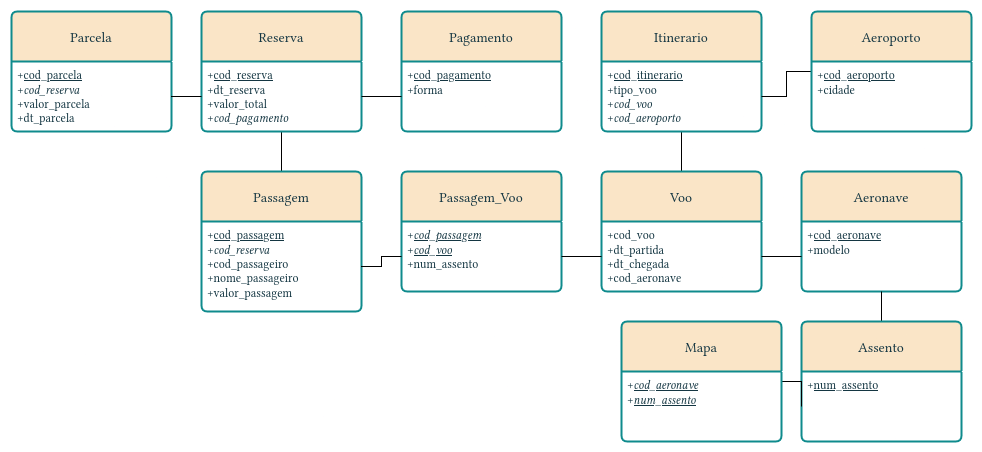
Above: linhas-aereas-Tables.drawio.png in hmccl/linhas-aereas (draw.io), before the change. Source tidied: cells renumbered, new cells last; positions are measured from the earlier drawing's top-left corner, leaving out a move shared by most shapes.
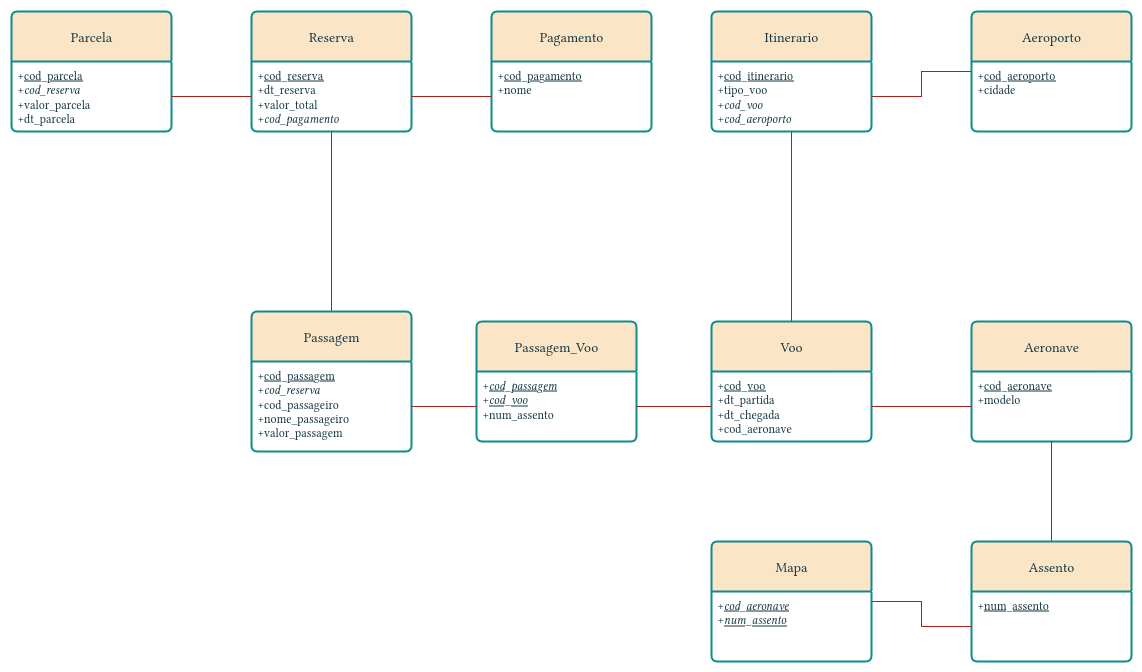
The same file after the commit.

Commit message:
Atualiza documentação

Diff of the diagram source:
```diff
@@ -2,79 +2,79 @@
   <root>
     <mxCell id="0" />
     <mxCell id="1" parent="0" />
-    <mxCell id="2" style="edgeStyle=orthogonalEdgeStyle;rounded=0;jettySize=auto;html=1;endArrow=none;startFill=0;" parent="1" edge="1" source="3" target="24">
+    <mxCell id="2" style="edgeStyle=orthogonalEdgeStyle;rounded=0;jettySize=auto;html=1;endArrow=none;startFill=0;labelBackgroundColor=none;strokeColor=#A8201A;fontColor=default;" parent="1" edge="1" source="3" target="24">
       <mxGeometry relative="1" as="geometry" />
     </mxCell>
     <mxCell id="3" value="Passagem" style="swimlane;horizontal=1;startSize=50;rounded=1;fontSize=14;fontStyle=0;strokeWidth=2;shadow=0;dashed=0;align=center;arcSize=4;whiteSpace=wrap;html=1;labelBackgroundColor=none;fillColor=#FAE5C7;strokeColor=#0F8B8D;fontColor=#143642;swimlaneFillColor=default;" parent="1" vertex="1">
-      <mxGeometry x="190" y="160" width="160" height="140" as="geometry" />
+      <mxGeometry x="240" y="300" width="160" height="140" as="geometry" />
     </mxCell>
     <mxCell id="4" value="+&lt;u&gt;cod_passagem&lt;/u&gt;&lt;br&gt;+&lt;i&gt;cod_reserva&lt;/i&gt;&lt;br&gt;&lt;div&gt;+cod_passageiro&lt;/div&gt;&lt;div&gt;+nome_passageiro&lt;/div&gt;&lt;div&gt;+valor_passagem&lt;/div&gt;" style="align=left;strokeColor=none;fillColor=none;spacingLeft=4;spacingRight=4;fontSize=12;verticalAlign=top;html=1;whiteSpace=wrap;labelBackgroundColor=none;fontColor=#143642;swimlaneFillColor=default;" parent="3" vertex="1">
       <mxGeometry y="50" width="160" height="90" as="geometry" />
     </mxCell>
     <mxCell id="5" value="Passagem_Voo" style="swimlane;horizontal=1;startSize=50;rounded=1;fontSize=14;fontStyle=0;strokeWidth=2;shadow=0;dashed=0;align=center;arcSize=4;whiteSpace=wrap;html=1;labelBackgroundColor=none;fillColor=#FAE5C7;strokeColor=#0F8B8D;fontColor=#143642;swimlaneFillColor=default;" parent="1" vertex="1">
-      <mxGeometry x="390" y="160" width="160" height="120" as="geometry" />
+      <mxGeometry x="465" y="310" width="160" height="120" as="geometry" />
     </mxCell>
     <mxCell id="6" value="+&lt;i&gt;&lt;u&gt;cod_passagem&lt;br&gt;&lt;/u&gt;&lt;/i&gt;+&lt;i&gt;&lt;u&gt;cod_voo&lt;/u&gt;&lt;/i&gt;&lt;br&gt;&lt;div&gt;+num_assento&lt;/div&gt;&lt;div&gt;&lt;br&gt;&lt;/div&gt;" style="align=left;strokeColor=none;fillColor=none;spacingLeft=4;spacingRight=4;fontSize=12;verticalAlign=top;html=1;whiteSpace=wrap;labelBackgroundColor=none;fontColor=#143642;swimlaneFillColor=default;" parent="5" vertex="1">
       <mxGeometry y="50" width="160" height="70" as="geometry" />
     </mxCell>
-    <mxCell id="7" style="edgeStyle=orthogonalEdgeStyle;rounded=0;jettySize=auto;html=1;endArrow=none;startFill=0;" parent="1" edge="1" source="8" target="11">
+    <mxCell id="7" style="edgeStyle=orthogonalEdgeStyle;rounded=0;jettySize=auto;html=1;endArrow=none;startFill=0;labelBackgroundColor=none;strokeColor=#A8201A;fontColor=default;" parent="1" edge="1" source="8" target="11">
       <mxGeometry relative="1" as="geometry" />
     </mxCell>
-    <mxCell id="8" value="Voo" style="swimlane;horizontal=1;startSize=50;rounded=1;fontSize=14;fontStyle=0;strokeWidth=2;shadow=0;dashed=0;align=center;arcSize=4;whiteSpace=wrap;html=1;labelBackgroundColor=none;fillColor=#FAE5C7;strokeColor=#0F8B8D;fontColor=#143642;gradientColor=none;swimlaneFillColor=default;" parent="1" vertex="1">
-      <mxGeometry x="590" y="160" width="160" height="120" as="geometry" />
+    <mxCell id="8" value="Voo" style="swimlane;horizontal=1;startSize=50;rounded=1;fontSize=14;fontStyle=0;strokeWidth=2;shadow=0;dashed=0;align=center;arcSize=4;whiteSpace=wrap;html=1;labelBackgroundColor=none;fillColor=#FAE5C7;strokeColor=#0F8B8D;fontColor=#143642;swimlaneFillColor=default;" parent="1" vertex="1">
+      <mxGeometry x="700" y="310" width="160" height="120" as="geometry" />
     </mxCell>
-    <mxCell id="9" value="&lt;div&gt;+cod_voo&lt;br&gt;+dt_partida&lt;br&gt;+dt_chegada&lt;br&gt;+cod_aeronave&lt;br&gt;&lt;br&gt;&lt;/div&gt;" style="align=left;strokeColor=none;fillColor=none;spacingLeft=4;spacingRight=4;fontSize=12;verticalAlign=top;html=1;whiteSpace=wrap;labelBackgroundColor=none;fontColor=#143642;swimlaneFillColor=default;" parent="8" vertex="1">
+    <mxCell id="9" value="&lt;div&gt;+&lt;u&gt;cod_voo&lt;/u&gt;&lt;/div&gt;&lt;div&gt;+dt_partida&lt;br&gt;+dt_chegada&lt;br&gt;+cod_aeronave&lt;br&gt;&lt;br&gt;&lt;/div&gt;" style="align=left;strokeColor=none;fillColor=none;spacingLeft=4;spacingRight=4;fontSize=12;verticalAlign=top;html=1;whiteSpace=wrap;labelBackgroundColor=none;fontColor=#143642;swimlaneFillColor=default;" parent="8" vertex="1">
       <mxGeometry y="50" width="160" height="70" as="geometry" />
     </mxCell>
     <mxCell id="10" value="Itinerario" style="swimlane;horizontal=1;startSize=50;rounded=1;fontSize=14;fontStyle=0;strokeWidth=2;shadow=0;dashed=0;align=center;arcSize=4;whiteSpace=wrap;html=1;labelBackgroundColor=none;fillColor=#FAE5C7;strokeColor=#0F8B8D;fontColor=#143642;swimlaneFillColor=default;" parent="1" vertex="1">
-      <mxGeometry x="590" width="160" height="120" as="geometry" />
+      <mxGeometry x="700" width="160" height="120" as="geometry" />
     </mxCell>
     <mxCell id="11" value="+&lt;u&gt;cod_itinerario&lt;/u&gt;&lt;br&gt;+tipo_voo&lt;br&gt;&lt;div&gt;+&lt;i&gt;cod_voo&lt;/i&gt;&lt;/div&gt;&lt;div&gt;+&lt;i&gt;cod_aeroporto&lt;/i&gt;&lt;/div&gt;" style="align=left;strokeColor=none;fillColor=none;spacingLeft=4;spacingRight=4;fontSize=12;verticalAlign=top;html=1;whiteSpace=wrap;labelBackgroundColor=none;fontColor=#143642;swimlaneFillColor=default;" parent="10" vertex="1">
       <mxGeometry y="50" width="160" height="70" as="geometry" />
     </mxCell>
-    <mxCell id="12" style="edgeStyle=orthogonalEdgeStyle;rounded=0;jettySize=auto;html=1;endArrow=none;startFill=0;" parent="1" edge="1" source="13" target="11">
+    <mxCell id="12" style="edgeStyle=orthogonalEdgeStyle;rounded=0;jettySize=auto;html=1;endArrow=none;startFill=0;labelBackgroundColor=none;strokeColor=#A8201A;fontColor=default;" parent="1" edge="1" source="13" target="11">
       <mxGeometry relative="1" as="geometry" />
     </mxCell>
     <mxCell id="13" value="Aeroporto" style="swimlane;horizontal=1;startSize=50;rounded=1;fontSize=14;fontStyle=0;strokeWidth=2;shadow=0;dashed=0;align=center;arcSize=4;whiteSpace=wrap;html=1;labelBackgroundColor=none;fillColor=#FAE5C7;strokeColor=#0F8B8D;fontColor=#143642;swimlaneFillColor=default;" parent="1" vertex="1">
-      <mxGeometry x="800" width="160" height="120" as="geometry" />
+      <mxGeometry x="960" width="160" height="120" as="geometry" />
     </mxCell>
     <mxCell id="14" value="+&lt;u&gt;cod_aeroporto&lt;/u&gt;&lt;br&gt;+cidade" style="align=left;strokeColor=none;fillColor=none;spacingLeft=4;spacingRight=4;fontSize=12;verticalAlign=top;html=1;whiteSpace=wrap;labelBackgroundColor=none;fontColor=#143642;swimlaneFillColor=default;" parent="13" vertex="1">
       <mxGeometry y="50" width="160" height="70" as="geometry" />
     </mxCell>
     <mxCell id="15" value="Aeronave" style="swimlane;horizontal=1;startSize=50;rounded=1;fontSize=14;fontStyle=0;strokeWidth=2;shadow=0;dashed=0;align=center;arcSize=4;whiteSpace=wrap;html=1;labelBackgroundColor=none;fillColor=#FAE5C7;strokeColor=#0F8B8D;fontColor=#143642;swimlaneFillColor=default;" parent="1" vertex="1">
-      <mxGeometry x="790" y="160" width="160" height="120" as="geometry" />
+      <mxGeometry x="960" y="310" width="160" height="120" as="geometry" />
     </mxCell>
     <mxCell id="16" value="+&lt;u&gt;cod_aeronave&lt;/u&gt;&lt;br&gt;+modelo" style="align=left;strokeColor=none;fillColor=none;spacingLeft=4;spacingRight=4;fontSize=12;verticalAlign=top;html=1;whiteSpace=wrap;labelBackgroundColor=none;fontColor=#143642;swimlaneFillColor=default;" parent="15" vertex="1">
       <mxGeometry y="50" width="160" height="70" as="geometry" />
     </mxCell>
-    <mxCell id="17" style="edgeStyle=orthogonalEdgeStyle;rounded=0;jettySize=auto;html=1;endArrow=none;startFill=0;" parent="1" edge="1" source="18" target="16">
+    <mxCell id="17" style="edgeStyle=orthogonalEdgeStyle;rounded=0;jettySize=auto;html=1;endArrow=none;startFill=0;labelBackgroundColor=none;strokeColor=#A8201A;fontColor=default;" parent="1" edge="1" source="18" target="16">
       <mxGeometry relative="1" as="geometry" />
     </mxCell>
     <mxCell id="18" value="Assento" style="swimlane;horizontal=1;startSize=50;rounded=1;fontSize=14;fontStyle=0;strokeWidth=2;shadow=0;dashed=0;align=center;arcSize=4;whiteSpace=wrap;html=1;labelBackgroundColor=none;fillColor=#FAE5C7;strokeColor=#0F8B8D;fontColor=#143642;swimlaneFillColor=default;" parent="1" vertex="1">
-      <mxGeometry x="790" y="310" width="160" height="120" as="geometry" />
+      <mxGeometry x="960" y="530" width="160" height="120" as="geometry" />
     </mxCell>
     <mxCell id="19" value="+&lt;u&gt;num_assento&lt;/u&gt;" style="align=left;strokeColor=none;fillColor=none;spacingLeft=4;spacingRight=4;fontSize=12;verticalAlign=top;html=1;whiteSpace=wrap;labelBackgroundColor=none;fontColor=#143642;swimlaneFillColor=default;" parent="18" vertex="1">
       <mxGeometry y="50" width="160" height="70" as="geometry" />
     </mxCell>
-    <mxCell id="20" style="edgeStyle=orthogonalEdgeStyle;rounded=0;jettySize=auto;html=1;endArrow=none;startFill=0;" parent="1" edge="1" source="21" target="19">
+    <mxCell id="20" style="edgeStyle=orthogonalEdgeStyle;rounded=0;jettySize=auto;html=1;endArrow=none;startFill=0;labelBackgroundColor=none;strokeColor=#A8201A;fontColor=default;" parent="1" edge="1" source="21" target="19">
       <mxGeometry relative="1" as="geometry" />
     </mxCell>
     <mxCell id="21" value="Mapa" style="swimlane;horizontal=1;startSize=50;rounded=1;fontSize=14;fontStyle=0;strokeWidth=2;shadow=0;dashed=0;align=center;arcSize=4;whiteSpace=wrap;html=1;labelBackgroundColor=none;fillColor=#FAE5C7;strokeColor=#0F8B8D;fontColor=#143642;swimlaneFillColor=default;" parent="1" vertex="1">
-      <mxGeometry x="610" y="310" width="160" height="120" as="geometry" />
+      <mxGeometry x="700" y="530" width="160" height="120" as="geometry" />
     </mxCell>
     <mxCell id="22" value="+&lt;u&gt;&lt;i&gt;cod_aeronave&lt;/i&gt;&lt;/u&gt;&lt;br&gt;+&lt;u&gt;&lt;i&gt;num_assento&lt;/i&gt;&lt;/u&gt;" style="align=left;strokeColor=none;fillColor=none;spacingLeft=4;spacingRight=4;fontSize=12;verticalAlign=top;html=1;whiteSpace=wrap;labelBackgroundColor=none;fontColor=#143642;swimlaneFillColor=default;" parent="21" vertex="1">
       <mxGeometry y="50" width="160" height="70" as="geometry" />
     </mxCell>
     <mxCell id="23" value="Reserva" style="swimlane;horizontal=1;startSize=50;rounded=1;fontSize=14;fontStyle=0;strokeWidth=2;shadow=0;dashed=0;align=center;arcSize=4;whiteSpace=wrap;html=1;labelBackgroundColor=none;fillColor=#FAE5C7;strokeColor=#0F8B8D;fontColor=#143642;swimlaneFillColor=default;" parent="1" vertex="1">
-      <mxGeometry x="190" width="160" height="120" as="geometry" />
+      <mxGeometry x="240" width="160" height="120" as="geometry" />
     </mxCell>
     <mxCell id="24" value="+&lt;u&gt;cod_reserva&lt;/u&gt;&lt;br&gt;&lt;div&gt;+dt_reserva&lt;/div&gt;&lt;div&gt;+valor_total&lt;/div&gt;&lt;div&gt;&lt;div&gt;&lt;/div&gt;&lt;div&gt;+&lt;i&gt;cod_pagamento&lt;/i&gt;&lt;/div&gt;&lt;br&gt;&lt;/div&gt;" style="align=left;strokeColor=none;fillColor=none;spacingLeft=4;spacingRight=4;fontSize=12;verticalAlign=top;html=1;whiteSpace=wrap;labelBackgroundColor=none;fontColor=#143642;swimlaneFillColor=default;" parent="23" vertex="1">
       <mxGeometry y="50" width="160" height="70" as="geometry" />
     </mxCell>
     <mxCell id="25" value="Pagamento" style="swimlane;horizontal=1;startSize=50;rounded=1;fontSize=14;fontStyle=0;strokeWidth=2;shadow=0;dashed=0;align=center;arcSize=4;whiteSpace=wrap;html=1;labelBackgroundColor=none;fillColor=#FAE5C7;strokeColor=#0F8B8D;fontColor=#143642;swimlaneFillColor=default;" parent="1" vertex="1">
-      <mxGeometry x="390" width="160" height="120" as="geometry" />
+      <mxGeometry x="480" width="160" height="120" as="geometry" />
     </mxCell>
-    <mxCell id="26" value="&lt;div&gt;+&lt;u&gt;cod_pagamento&lt;/u&gt;&lt;/div&gt;&lt;div&gt;+forma&lt;/div&gt;" style="align=left;strokeColor=none;fillColor=none;spacingLeft=4;spacingRight=4;fontSize=12;verticalAlign=top;html=1;whiteSpace=wrap;labelBackgroundColor=none;fontColor=#143642;swimlaneFillColor=default;" parent="25" vertex="1">
+    <mxCell id="26" value="&lt;div&gt;+&lt;u&gt;cod_pagamento&lt;/u&gt;&lt;/div&gt;&lt;div&gt;+nome&lt;/div&gt;" style="align=left;strokeColor=none;fillColor=none;spacingLeft=4;spacingRight=4;fontSize=12;verticalAlign=top;html=1;whiteSpace=wrap;labelBackgroundColor=none;fontColor=#143642;swimlaneFillColor=default;" parent="25" vertex="1">
       <mxGeometry y="50" width="160" height="70" as="geometry" />
     </mxCell>
     <mxCell id="27" value="Parcela" style="swimlane;horizontal=1;startSize=50;rounded=1;fontSize=14;fontStyle=0;strokeWidth=2;shadow=0;dashed=0;align=center;arcSize=4;whiteSpace=wrap;html=1;labelBackgroundColor=none;fillColor=#FAE5C7;strokeColor=#0F8B8D;fontColor=#143642;swimlaneFillColor=default;" parent="1" vertex="1">
@@ -83,19 +83,19 @@
     <mxCell id="28" value="+&lt;u&gt;cod_parcela&lt;/u&gt;&lt;br&gt;&lt;div&gt;+&lt;i&gt;cod_reserva&lt;/i&gt;&lt;/div&gt;&lt;div&gt;+valor_parcela&lt;/div&gt;&lt;div&gt;+dt_parcela&lt;/div&gt;" style="align=left;strokeColor=none;fillColor=none;spacingLeft=4;spacingRight=4;fontSize=12;verticalAlign=top;html=1;whiteSpace=wrap;labelBackgroundColor=none;fontColor=#143642;swimlaneFillColor=default;" parent="27" vertex="1">
       <mxGeometry y="50" width="160" height="70" as="geometry" />
     </mxCell>
-    <mxCell id="29" style="edgeStyle=orthogonalEdgeStyle;rounded=0;jettySize=auto;html=1;endArrow=none;startFill=0;" parent="1" edge="1" source="28" target="24">
-      <mxGeometry relative="1" as="geometry" />
+    <mxCell id="29" style="edgeStyle=orthogonalEdgeStyle;rounded=0;jettySize=auto;html=1;endArrow=none;startFill=0;labelBackgroundColor=none;strokeColor=#A8201A;fontColor=default;" parent="1" edge="1" source="28" target="24">
+      <mxGeometry x="-0.75" y="-15" relative="1" as="geometry" />
     </mxCell>
-    <mxCell id="30" style="edgeStyle=orthogonalEdgeStyle;rounded=0;jettySize=auto;html=1;endArrow=none;startFill=0;" parent="1" edge="1" source="24" target="26">
+    <mxCell id="30" style="edgeStyle=orthogonalEdgeStyle;rounded=0;jettySize=auto;html=1;endArrow=none;startFill=0;labelBackgroundColor=none;strokeColor=#A8201A;fontColor=default;" parent="1" edge="1" source="24" target="26">
       <mxGeometry relative="1" as="geometry" />
     </mxCell>
-    <mxCell id="31" style="edgeStyle=orthogonalEdgeStyle;rounded=0;jettySize=auto;html=1;endArrow=none;startFill=0;" parent="1" edge="1" source="4" target="6">
+    <mxCell id="31" style="edgeStyle=orthogonalEdgeStyle;rounded=0;jettySize=auto;html=1;endArrow=none;startFill=0;labelBackgroundColor=none;strokeColor=#A8201A;fontColor=default;" parent="1" edge="1" source="4" target="6">
       <mxGeometry relative="1" as="geometry" />
     </mxCell>
-    <mxCell id="32" style="edgeStyle=orthogonalEdgeStyle;rounded=0;jettySize=auto;html=1;endArrow=none;startFill=0;" parent="1" edge="1" source="6" target="9">
+    <mxCell id="32" style="edgeStyle=orthogonalEdgeStyle;rounded=0;jettySize=auto;html=1;endArrow=none;startFill=0;labelBackgroundColor=none;strokeColor=#A8201A;fontColor=default;" parent="1" edge="1" source="6" target="9">
       <mxGeometry relative="1" as="geometry" />
     </mxCell>
-    <mxCell id="33" style="edgeStyle=orthogonalEdgeStyle;rounded=0;jettySize=auto;html=1;endArrow=none;startFill=0;" parent="1" edge="1" source="16" target="9">
+    <mxCell id="33" style="edgeStyle=orthogonalEdgeStyle;rounded=0;jettySize=auto;html=1;endArrow=none;startFill=0;labelBackgroundColor=none;strokeColor=#A8201A;fontColor=default;" parent="1" edge="1" source="16" target="9">
       <mxGeometry relative="1" as="geometry" />
     </mxCell>
   </root>
```
